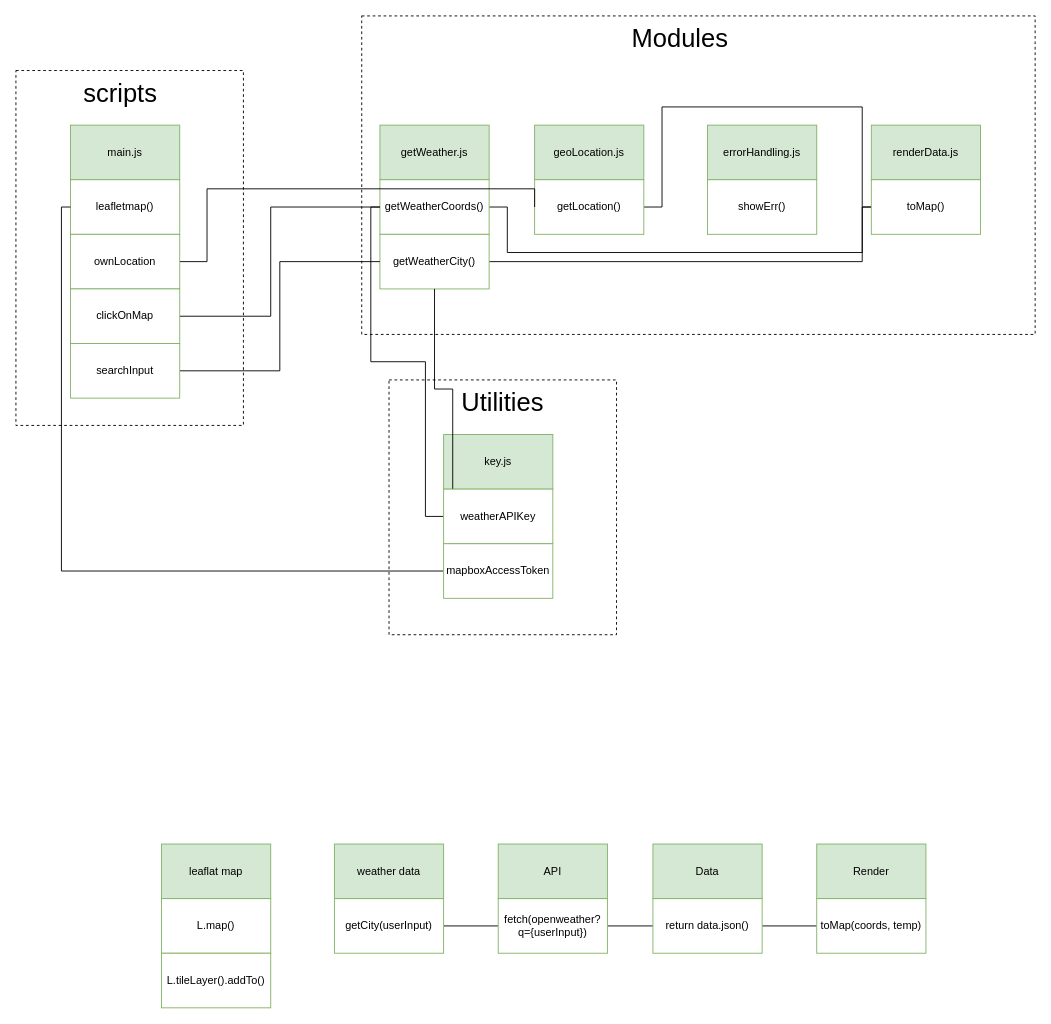
This is Actor diagram.drawio from Jelmerovereem/web-app-from-scratch-2021, a draw.io file, before an edit. Source tidied: cells renumbered, new cells numbered last; positions are measured from the earlier drawing's top-left corner, leaving out a move shared by most shapes. Both pictures are drawn from the tidied source at 91%, with x=0, y=0 at pixel (15, 15).
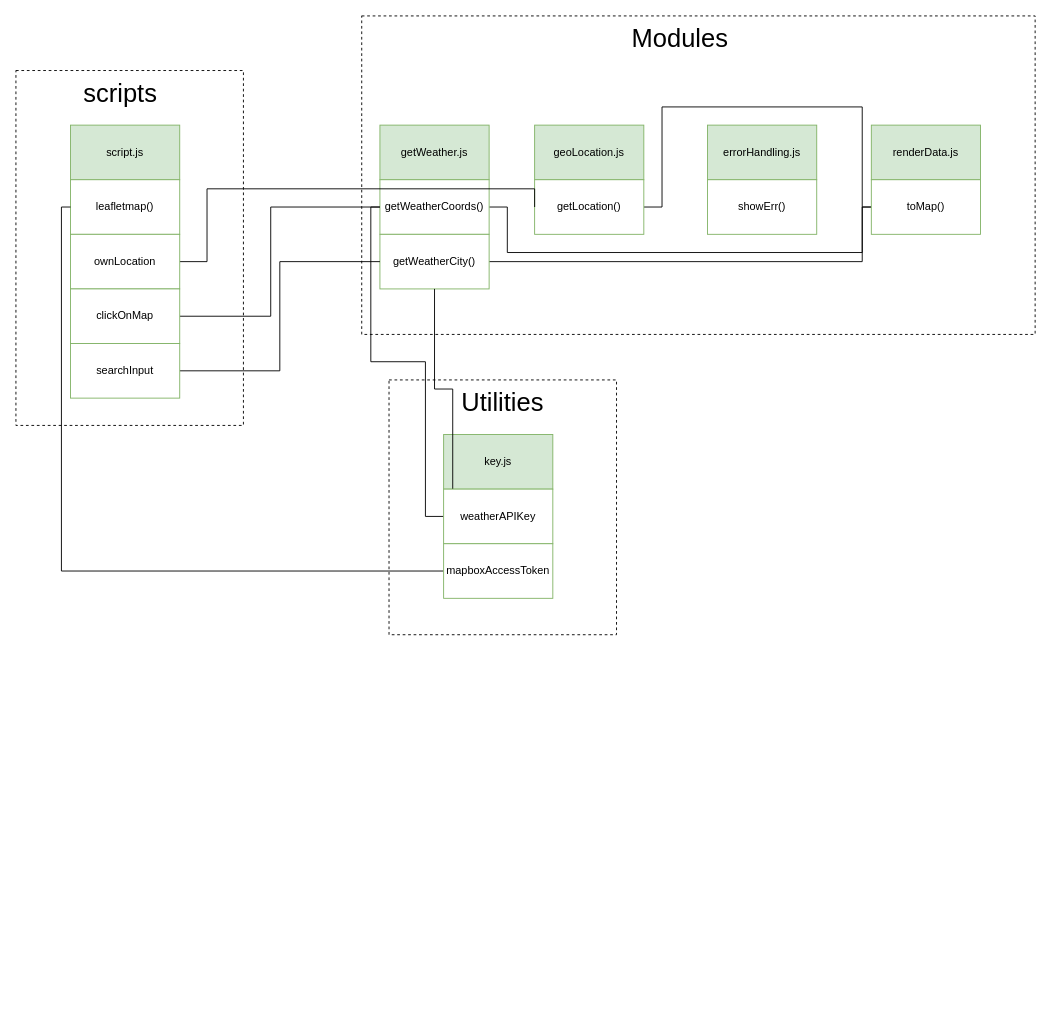
The same page after the edit.

What changed in the source:
```diff
@@
-    <mxCell id="5" value="leaflat map" style="rounded=0;whiteSpace=wrap;html=1;fillColor=#d5e8d4;strokeColor=#82b366;" parent="1" vertex="1">
-      <mxGeometry x="160" y="910" width="120" height="60" as="geometry" />
-    </mxCell>
-    <mxCell id="6" value="L.map()" style="rounded=0;whiteSpace=wrap;html=1;strokeColor=#82B366;" parent="1" vertex="1">
-      <mxGeometry x="160" y="970" width="120" height="60" as="geometry" />
-    </mxCell>
-    <mxCell id="7" value="weather data" style="rounded=0;whiteSpace=wrap;html=1;strokeColor=#82b366;fillColor=#d5e8d4;" parent="1" vertex="1">
-      <mxGeometry x="350" y="910" width="120" height="60" as="geometry" />
-    </mxCell>
-    <mxCell id="8" style="edgeStyle=orthogonalEdgeStyle;rounded=0;jettySize=auto;html=1;entryX=0;entryY=0.5;entryDx=0;entryDy=0;endArrow=none;endFill=0;" parent="1" edge="1" source="9" target="13">
-      <mxGeometry relative="1" as="geometry" />
-    </mxCell>
-    <mxCell id="9" value="getCity(userInput)" style="rounded=0;whiteSpace=wrap;html=1;strokeColor=#82B366;" parent="1" vertex="1">
-      <mxGeometry x="350" y="970" width="120" height="60" as="geometry" />
-    </mxCell>
-    <mxCell id="10" value="L.tileLayer().addTo()" style="rounded=0;whiteSpace=wrap;html=1;strokeColor=#82B366;" parent="1" vertex="1">
-      <mxGeometry x="160" y="1030" width="120" height="60" as="geometry" />
-    </mxCell>
-    <mxCell id="11" value="API" style="rounded=0;whiteSpace=wrap;html=1;strokeColor=#82b366;fillColor=#d5e8d4;" parent="1" vertex="1">
-      <mxGeometry x="530" y="910" width="120" height="60" as="geometry" />
-    </mxCell>
-    <mxCell id="12" style="edgeStyle=orthogonalEdgeStyle;rounded=0;jettySize=auto;html=1;entryX=0;entryY=0.5;entryDx=0;entryDy=0;endArrow=none;endFill=0;" parent="1" edge="1" source="13" target="16">
-      <mxGeometry relative="1" as="geometry" />
-    </mxCell>
-    <mxCell id="13" value="fetch(openweather?q={userInput})" style="rounded=0;whiteSpace=wrap;html=1;strokeColor=#82B366;" parent="1" vertex="1">
-      <mxGeometry x="530" y="970" width="120" height="60" as="geometry" />
-    </mxCell>
-    <mxCell id="14" value="Data" style="rounded=0;whiteSpace=wrap;html=1;strokeColor=#82b366;fillColor=#d5e8d4;" parent="1" vertex="1">
-      <mxGeometry x="700" y="910" width="120" height="60" as="geometry" />
-    </mxCell>
-    <mxCell id="15" style="edgeStyle=orthogonalEdgeStyle;rounded=0;jettySize=auto;html=1;endArrow=none;endFill=0;" parent="1" edge="1" source="16" target="18">
-      <mxGeometry relative="1" as="geometry" />
-    </mxCell>
-    <mxCell id="16" value="return data.json()" style="rounded=0;whiteSpace=wrap;html=1;strokeColor=#82B366;" parent="1" vertex="1">
-      <mxGeometry x="700" y="970" width="120" height="60" as="geometry" />
-    </mxCell>
-    <mxCell id="17" value="Render" style="rounded=0;whiteSpace=wrap;html=1;strokeColor=#82b366;fillColor=#d5e8d4;" parent="1" vertex="1">
-      <mxGeometry x="880" y="910" width="120" height="60" as="geometry" />
-    </mxCell>
-    <mxCell id="18" value="toMap(coords, temp)" style="rounded=0;whiteSpace=wrap;html=1;strokeColor=#82B366;" parent="1" vertex="1">
-      <mxGeometry x="880" y="970" width="120" height="60" as="geometry" />
-    </mxCell>
-    <mxCell id="19" value="main.js" style="rounded=0;whiteSpace=wrap;html=1;strokeColor=#82b366;fillColor=#d5e8d4;" parent="1" vertex="1">
+    <mxCell id="19" value="script.js" style="rounded=0;whiteSpace=wrap;html=1;strokeColor=#82b366;fillColor=#d5e8d4;" parent="1" vertex="1">
       <mxGeometry x="60" y="120" width="120" height="60" as="geometry" />
     </mxCell>
```
